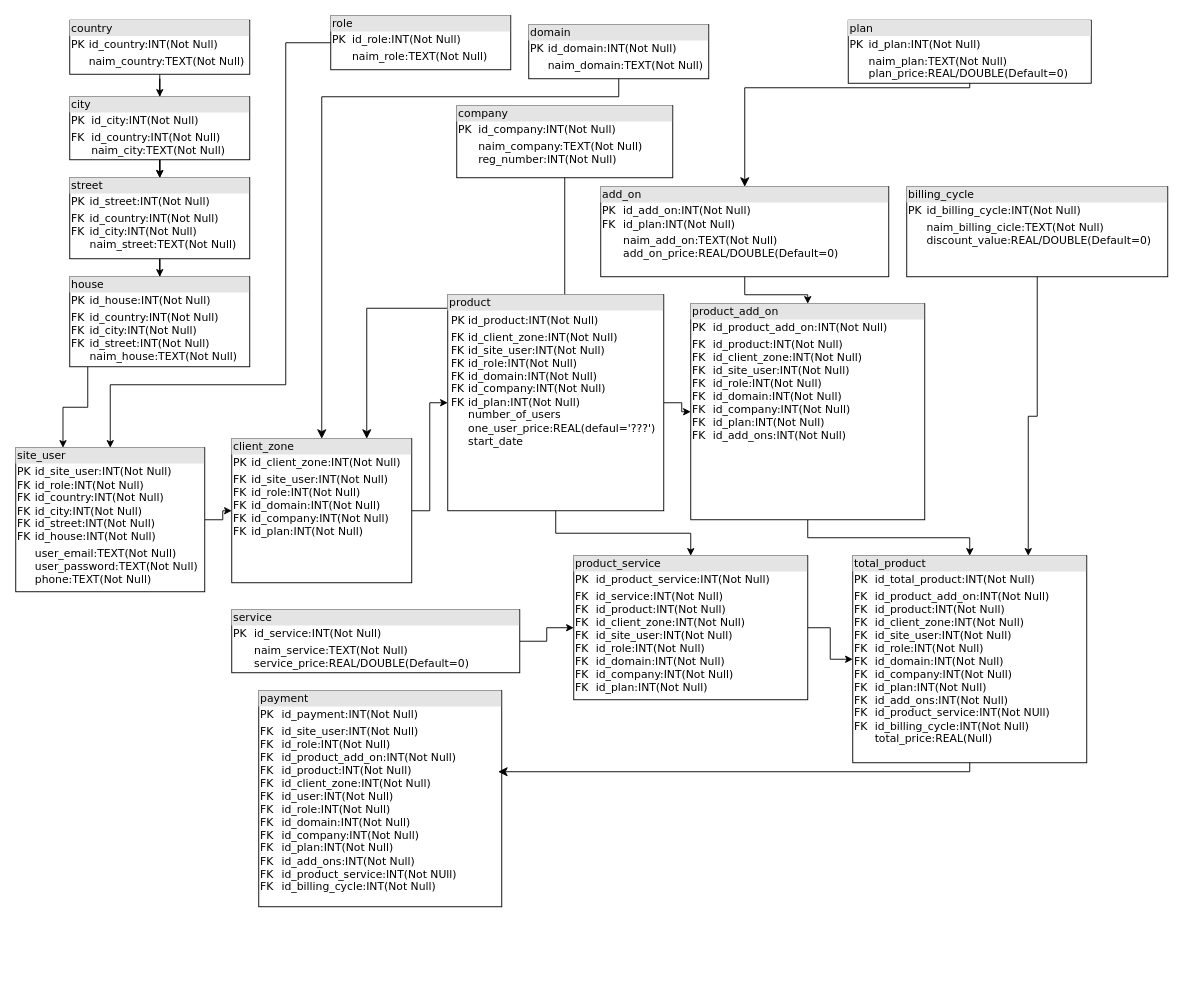
Before: payment_gateway/payment_gateway.drawio in Scykorr/inout_project, a draw.io diagram. Source tidied: cells renumbered, new cells numbered last; positions are measured from the earlier drawing's top-left corner, leaving out a move shared by most shapes. Both pictures are drawn from the tidied source at 90%, with x=0, y=0 at pixel (15, 15).
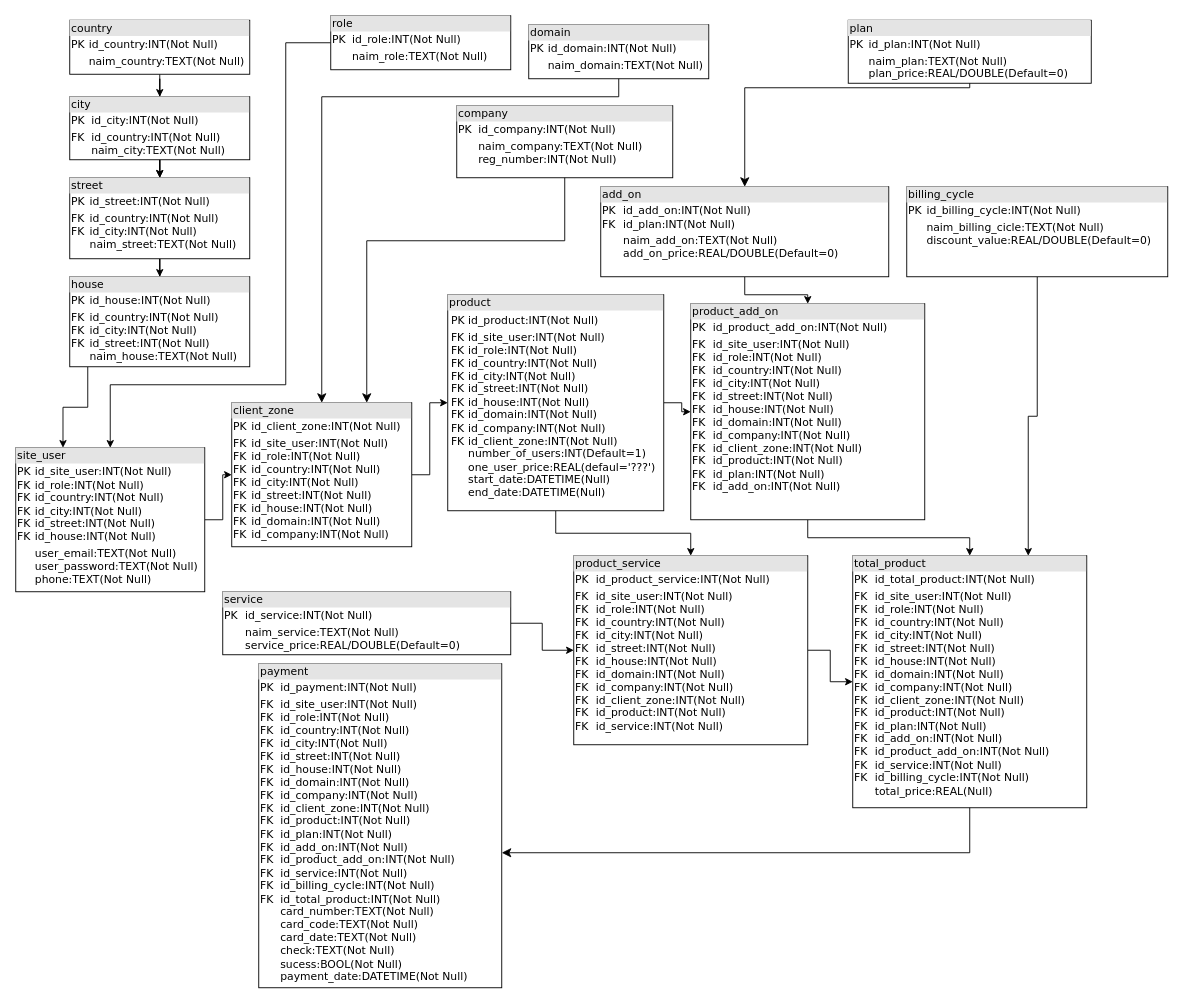
After the change.

Unchanged cells that the change refers to:
```xml
<mxCell id="11" value="&lt;div style=&quot;box-sizing: border-box ; width: 100% ; background: #e4e4e4 ; padding: 2px&quot;&gt;company&lt;/div&gt;&lt;table style=&quot;width: 100% ; font-size: 1em&quot; cellpadding=&quot;2&quot; cellspacing=&quot;0&quot;&gt;&lt;tbody&gt;&lt;tr&gt;&lt;td&gt;PK&lt;/td&gt;&lt;td&gt;id_company:INT(Not Null)&lt;/td&gt;&lt;/tr&gt;&lt;tr&gt;&lt;td&gt;&lt;br&gt;&lt;/td&gt;&lt;td&gt;naim_company:TEXT(Not Null)&lt;br&gt;reg_number:INT(Not Null)&lt;/td&gt;&lt;/tr&gt;&lt;tr&gt;&lt;td&gt;&lt;/td&gt;&lt;td&gt;&lt;/td&gt;&lt;/tr&gt;&lt;/tbody&gt;&lt;/table&gt;" style="verticalAlign=top;align=left;overflow=fill;html=1;rounded=0;shadow=0;comic=0;labelBackgroundColor=none;strokeWidth=1;fontFamily=Verdana;fontSize=12;" parent="1" vertex="1">
  <mxGeometry x="490" y="100" width="240" height="80" as="geometry" />
</mxCell>
```

What changed in the source:
```diff
@@
-    <mxCell id="2" value="&lt;div style=&quot;box-sizing: border-box ; width: 100% ; background: #e4e4e4 ; padding: 2px&quot;&gt;payment&lt;/div&gt;&lt;table style=&quot;width: 100% ; font-size: 1em&quot; cellpadding=&quot;2&quot; cellspacing=&quot;0&quot;&gt;&lt;tbody&gt;&lt;tr&gt;&lt;td&gt;PK&lt;/td&gt;&lt;td&gt;id_payment:INT(Not Null)&lt;/td&gt;&lt;/tr&gt;&lt;tr&gt;&lt;td&gt;FK&lt;br&gt;FK&lt;br&gt;FK&lt;br&gt;FK&lt;br&gt;FK&lt;br&gt;FK&lt;br&gt;FK&lt;br&gt;FK&lt;br&gt;FK&lt;br&gt;FK&lt;br&gt;FK&lt;br&gt;FK&lt;br&gt;FK&lt;/td&gt;&lt;td&gt;id_site_user:INT(Not Null)&lt;br&gt;id_role:INT(Not Null)&lt;br&gt;id_product_add_on:INT(Not Null)&lt;br&gt;id_product:INT(Not Null)&lt;br&gt;id_client_zone:INT(Not Null)&lt;br&gt;id_user:INT(Not Null)&lt;br&gt;id_role:INT(Not Null)&lt;br&gt;id_domain:INT(Not Null)&lt;br&gt;id_company:INT(Not Null)&lt;br&gt;id_plan:INT(Not Null)&lt;br&gt;id_add_ons:INT(Not Null)&lt;br&gt;id_product_service:INT(Not NUll)&lt;br&gt;id_billing_cycle:INT(Not Null)&lt;br&gt;&lt;/td&gt;&lt;/tr&gt;&lt;tr&gt;&lt;td&gt;&lt;/td&gt;&lt;td&gt;&lt;/td&gt;&lt;/tr&gt;&lt;/tbody&gt;&lt;/table&gt;" style="verticalAlign=top;align=left;overflow=fill;html=1;rounded=0;shadow=0;comic=0;labelBackgroundColor=none;strokeWidth=1;fontFamily=Verdana;fontSize=12;" parent="1" vertex="1">
-      <mxGeometry x="270" y="750" width="270" height="240" as="geometry" />
+    <mxCell id="2" value="&lt;div style=&quot;box-sizing: border-box ; width: 100% ; background: #e4e4e4 ; padding: 2px&quot;&gt;payment&lt;/div&gt;&lt;table style=&quot;width: 100% ; font-size: 1em&quot; cellpadding=&quot;2&quot; cellspacing=&quot;0&quot;&gt;&lt;tbody&gt;&lt;tr&gt;&lt;td&gt;PK&lt;/td&gt;&lt;td&gt;id_payment:INT(Not Null)&lt;/td&gt;&lt;/tr&gt;&lt;tr&gt;&lt;td&gt;FK&lt;br&gt;FK&lt;br&gt;FK&lt;br&gt;FK&lt;br&gt;FK&lt;br&gt;FK&lt;br&gt;FK&lt;br&gt;FK&lt;br&gt;FK&lt;br&gt;FK&lt;br&gt;FK&lt;br&gt;FK&lt;br&gt;FK&lt;br&gt;FK&lt;br&gt;FK&lt;br&gt;FK&lt;br&gt;&lt;br&gt;&lt;br&gt;&lt;br&gt;&lt;br&gt;&lt;br&gt;&lt;br&gt;&lt;/td&gt;&lt;td&gt;id_site_user:INT(Not Null)&lt;br&gt;id_role:INT(Not Null)&lt;br&gt;id_country:INT(Not Null)&lt;br&gt;id_city:INT(Not Null)&lt;br&gt;id_street:INT(Not Null)&lt;br&gt;id_house:INT(Not Null)&lt;br&gt;id_domain:INT(Not Null)&lt;br&gt;id_company:INT(Not Null)&lt;br&gt;id_client_zone:INT(Not Null)&lt;br&gt;id_product:INT(Not Null)&lt;br&gt;id_plan:INT(Not Null)&lt;br&gt;id_add_on:INT(Not Null)&lt;br&gt;id_product_add_on:INT(Not Null)&lt;br&gt;id_service:INT(Not Null)&lt;br&gt;id_billing_cycle:INT(Not Null)&lt;br&gt;id_total_product:INT(Not Null)&lt;br&gt;card_number:TEXT(Not Null)&lt;br&gt;card_code:TEXT(Not Null)&lt;br&gt;card_date:TEXT(Not Null)&lt;br&gt;check:TEXT(Not Null)&lt;br&gt;sucess:BOOL(Not Null)&lt;br&gt;payment_date:DATETIME(Not Null)&lt;/td&gt;&lt;/tr&gt;&lt;tr&gt;&lt;td&gt;&lt;/td&gt;&lt;td&gt;&lt;/td&gt;&lt;/tr&gt;&lt;/tbody&gt;&lt;/table&gt;" style="verticalAlign=top;align=left;overflow=fill;html=1;rounded=0;shadow=0;comic=0;labelBackgroundColor=none;strokeWidth=1;fontFamily=Verdana;fontSize=12;" parent="1" vertex="1">
+      <mxGeometry x="270" y="720" width="270" height="360" as="geometry" />
     </mxCell>
@@
-    <mxCell id="9" value="&lt;div style=&quot;box-sizing: border-box ; width: 100% ; background: #e4e4e4 ; padding: 2px&quot;&gt;client_zone&lt;/div&gt;&lt;table style=&quot;width: 100% ; font-size: 1em&quot; cellpadding=&quot;2&quot; cellspacing=&quot;0&quot;&gt;&lt;tbody&gt;&lt;tr&gt;&lt;td&gt;PK&lt;/td&gt;&lt;td&gt;id_client_zone:INT(Not Null)&lt;/td&gt;&lt;/tr&gt;&lt;tr&gt;&lt;td&gt;FK&lt;br&gt;FK&lt;br&gt;FK&lt;br&gt;FK&lt;br&gt;FK&lt;/td&gt;&lt;td&gt;id_site_user:INT(Not Null)&lt;br&gt;id_role:INT(Not Null)&lt;br&gt;id_domain:INT(Not Null)&lt;br&gt;id_company:INT(Not Null)&lt;br&gt;id_plan:INT(Not Null)&lt;/td&gt;&lt;/tr&gt;&lt;tr&gt;&lt;td&gt;&lt;/td&gt;&lt;td&gt;&lt;/td&gt;&lt;/tr&gt;&lt;/tbody&gt;&lt;/table&gt;" style="verticalAlign=top;align=left;overflow=fill;html=1;rounded=0;shadow=0;comic=0;labelBackgroundColor=none;strokeWidth=1;fontFamily=Verdana;fontSize=12;" parent="1" vertex="1">
-      <mxGeometry x="240" y="470" width="200" height="160" as="geometry" />
+    <mxCell id="9" value="&lt;div style=&quot;box-sizing: border-box ; width: 100% ; background: #e4e4e4 ; padding: 2px&quot;&gt;client_zone&lt;/div&gt;&lt;table style=&quot;width: 100% ; font-size: 1em&quot; cellpadding=&quot;2&quot; cellspacing=&quot;0&quot;&gt;&lt;tbody&gt;&lt;tr&gt;&lt;td&gt;PK&lt;/td&gt;&lt;td&gt;id_client_zone:INT(Not Null)&lt;/td&gt;&lt;/tr&gt;&lt;tr&gt;&lt;td&gt;FK&lt;br&gt;FK&lt;br&gt;FK&lt;br&gt;FK&lt;br&gt;FK&lt;br&gt;FK&lt;br&gt;FK&lt;br&gt;FK&lt;br&gt;&lt;/td&gt;&lt;td&gt;id_site_user:INT(Not Null)&lt;br&gt;id_role:INT(Not Null)&lt;br&gt;id_country:INT(Not Null)&lt;br&gt;id_city:INT(Not Null)&lt;br&gt;id_street:INT(Not Null)&lt;br&gt;id_house:INT(Not Null)&lt;br&gt;id_domain:INT(Not Null)&lt;br&gt;id_company:INT(Not Null)&lt;br&gt;&lt;/td&gt;&lt;/tr&gt;&lt;tr&gt;&lt;td&gt;&lt;/td&gt;&lt;td&gt;&lt;/td&gt;&lt;/tr&gt;&lt;/tbody&gt;&lt;/table&gt;" style="verticalAlign=top;align=left;overflow=fill;html=1;rounded=0;shadow=0;comic=0;labelBackgroundColor=none;strokeWidth=1;fontFamily=Verdana;fontSize=12;" parent="1" vertex="1">
+      <mxGeometry x="240" y="430" width="200" height="160" as="geometry" />
     </mxCell>
@@
     <mxCell id="12" style="edgeStyle=elbowEdgeStyle;elbow=vertical;endArrow=classic;html=1;curved=0;rounded=0;endSize=8;startSize=8;exitX=0.5;exitY=1;exitDx=0;exitDy=0;entryX=0.75;entryY=0;entryDx=0;entryDy=0;" parent="1" edge="1" source="11" target="9">
-      <mxGeometry relative="1" as="geometry" />
+      <mxGeometry relative="1" as="geometry">
+        <Array as="points">
+          <mxPoint x="500" y="250" />
+        </Array>
+      </mxGeometry>
     </mxCell>
@@
-    <mxCell id="18" value="&lt;div style=&quot;box-sizing: border-box ; width: 100% ; background: #e4e4e4 ; padding: 2px&quot;&gt;product_add_on&lt;/div&gt;&lt;table style=&quot;width: 100% ; font-size: 1em&quot; cellpadding=&quot;2&quot; cellspacing=&quot;0&quot;&gt;&lt;tbody&gt;&lt;tr&gt;&lt;td&gt;PK&lt;/td&gt;&lt;td&gt;id_product_add_on:INT(Not Null)&lt;/td&gt;&lt;/tr&gt;&lt;tr&gt;&lt;td&gt;FK&lt;br&gt;FK&lt;br&gt;FK&lt;br&gt;FK&lt;br&gt;FK&lt;br&gt;FK&lt;br&gt;FK&lt;br&gt;FK&lt;/td&gt;&lt;td&gt;id_product:INT(Not Null)&lt;br&gt;id_client_zone:INT(Not Null)&lt;br&gt;id_site_user:INT(Not Null)&lt;br&gt;id_role:INT(Not Null)&lt;br&gt;id_domain:INT(Not Null)&lt;br&gt;id_company:INT(Not Null)&lt;br&gt;id_plan:INT(Not Null)&lt;br&gt;id_add_ons:INT(Not Null)&lt;/td&gt;&lt;/tr&gt;&lt;tr&gt;&lt;td&gt;&lt;/td&gt;&lt;td&gt;&lt;/td&gt;&lt;/tr&gt;&lt;/tbody&gt;&lt;/table&gt;" style="verticalAlign=top;align=left;overflow=fill;html=1;rounded=0;shadow=0;comic=0;labelBackgroundColor=none;strokeWidth=1;fontFamily=Verdana;fontSize=12;" parent="1" vertex="1">
+    <mxCell id="18" value="&lt;div style=&quot;box-sizing: border-box ; width: 100% ; background: #e4e4e4 ; padding: 2px&quot;&gt;product_add_on&lt;/div&gt;&lt;table style=&quot;width: 100% ; font-size: 1em&quot; cellpadding=&quot;2&quot; cellspacing=&quot;0&quot;&gt;&lt;tbody&gt;&lt;tr&gt;&lt;td&gt;PK&lt;/td&gt;&lt;td&gt;id_product_add_on:INT(Not Null)&lt;/td&gt;&lt;/tr&gt;&lt;tr&gt;&lt;td&gt;FK&lt;br&gt;FK&lt;br&gt;FK&lt;br&gt;FK&lt;br&gt;FK&lt;br&gt;FK&lt;br&gt;FK&lt;br&gt;FK&lt;br&gt;FK&lt;br&gt;FK&lt;br&gt;FK&lt;br&gt;FK&lt;/td&gt;&lt;td&gt;id_site_user:INT(Not Null)&lt;br&gt;id_role:INT(Not Null)&lt;br&gt;id_country:INT(Not Null)&lt;br&gt;id_city:INT(Not Null)&lt;br&gt;id_street:INT(Not Null)&lt;br&gt;id_house:INT(Not Null)&lt;br&gt;id_domain:INT(Not Null)&lt;br&gt;id_company:INT(Not Null)&lt;br&gt;id_client_zone:INT(Not Null)&lt;br&gt;id_product:INT(Not Null)&lt;br&gt;id_plan:INT(Not Null)&lt;br&gt;id_add_on:INT(Not Null)&lt;br&gt;&lt;/td&gt;&lt;/tr&gt;&lt;tr&gt;&lt;td&gt;&lt;/td&gt;&lt;td&gt;&lt;/td&gt;&lt;/tr&gt;&lt;/tbody&gt;&lt;/table&gt;" style="verticalAlign=top;align=left;overflow=fill;html=1;rounded=0;shadow=0;comic=0;labelBackgroundColor=none;strokeWidth=1;fontFamily=Verdana;fontSize=12;" parent="1" vertex="1">
       <mxGeometry x="750" y="320" width="260" height="240" as="geometry" />
     </mxCell>
@@
-    <mxCell id="21" value="&lt;div style=&quot;box-sizing: border-box ; width: 100% ; background: #e4e4e4 ; padding: 2px&quot;&gt;product&lt;/div&gt;&lt;table style=&quot;width: 100% ; font-size: 1em&quot; cellpadding=&quot;2&quot; cellspacing=&quot;0&quot;&gt;&lt;tbody&gt;&lt;tr&gt;&lt;td&gt;&lt;table style=&quot;font-size: 1em; width: 180px;&quot; cellpadding=&quot;2&quot; cellspacing=&quot;0&quot;&gt;&lt;tbody&gt;&lt;tr&gt;&lt;td&gt;PK&lt;/td&gt;&lt;td&gt;id_product:INT(Not Null)&lt;/td&gt;&lt;/tr&gt;&lt;tr&gt;&lt;td&gt;FK&lt;br&gt;FK&lt;br&gt;FK&lt;br&gt;FK&lt;br&gt;FK&lt;br&gt;FK&lt;br&gt;&lt;br&gt;&lt;br&gt;&lt;br&gt;&lt;/td&gt;&lt;td&gt;id_client_zone:INT(Not Null)&lt;br&gt;id_site_user:INT(Not Null)&lt;br&gt;id_role:INT(Not Null)&lt;br&gt;id_domain:INT(Not Null)&lt;br&gt;id_company:INT(Not Null)&lt;br&gt;id_plan:INT(Not Null)&lt;br&gt;number_of_users&lt;br&gt;one_user_price:REAL(defaul='???')&lt;br&gt;start_date&lt;/td&gt;&lt;/tr&gt;&lt;/tbody&gt;&lt;/table&gt;&lt;/td&gt;&lt;td&gt;&lt;br&gt;&lt;/td&gt;&lt;/tr&gt;&lt;tr&gt;&lt;td&gt;&lt;/td&gt;&lt;td&gt;&lt;/td&gt;&lt;/tr&gt;&lt;/tbody&gt;&lt;/table&gt;" style="verticalAlign=top;align=left;overflow=fill;html=1;rounded=0;shadow=0;comic=0;labelBackgroundColor=none;strokeWidth=1;fontFamily=Verdana;fontSize=12;" parent="1" vertex="1">
+    <mxCell id="21" value="&lt;div style=&quot;box-sizing: border-box ; width: 100% ; background: #e4e4e4 ; padding: 2px&quot;&gt;product&lt;/div&gt;&lt;table style=&quot;width: 100% ; font-size: 1em&quot; cellpadding=&quot;2&quot; cellspacing=&quot;0&quot;&gt;&lt;tbody&gt;&lt;tr&gt;&lt;td&gt;&lt;table style=&quot;font-size: 1em; width: 180px;&quot; cellpadding=&quot;2&quot; cellspacing=&quot;0&quot;&gt;&lt;tbody&gt;&lt;tr&gt;&lt;td&gt;PK&lt;/td&gt;&lt;td&gt;id_product:INT(Not Null)&lt;/td&gt;&lt;/tr&gt;&lt;tr&gt;&lt;td&gt;FK&lt;br&gt;FK&lt;br&gt;FK&lt;br&gt;FK&lt;br&gt;FK&lt;br&gt;FK&lt;br&gt;FK&lt;br&gt;FK&lt;br&gt;FK&lt;br&gt;&lt;br&gt;&lt;br&gt;&lt;br&gt;&lt;br&gt;&lt;/td&gt;&lt;td&gt;id_site_user:INT(Not Null)&lt;br&gt;id_role:INT(Not Null)&lt;br&gt;id_country:INT(Not Null)&lt;br&gt;id_city:INT(Not Null)&lt;br&gt;id_street:INT(Not Null)&lt;br&gt;id_house:INT(Not Null)&lt;br&gt;id_domain:INT(Not Null)&lt;br&gt;id_company:INT(Not Null)&lt;br&gt;id_client_zone:INT(Not Null)&lt;br&gt;number_of_users:INT(Default=1)&lt;br&gt;one_user_price:REAL(defaul='???')&lt;br&gt;start_date:DATETIME(Null)&lt;br&gt;end_date:DATETIME(Null)&lt;/td&gt;&lt;/tr&gt;&lt;/tbody&gt;&lt;/table&gt;&lt;/td&gt;&lt;td&gt;&lt;br&gt;&lt;/td&gt;&lt;/tr&gt;&lt;tr&gt;&lt;td&gt;&lt;/td&gt;&lt;td&gt;&lt;/td&gt;&lt;/tr&gt;&lt;/tbody&gt;&lt;/table&gt;" style="verticalAlign=top;align=left;overflow=fill;html=1;rounded=0;shadow=0;comic=0;labelBackgroundColor=none;strokeWidth=1;fontFamily=Verdana;fontSize=12;" parent="1" vertex="1">
       <mxGeometry x="480" y="310" width="240" height="240" as="geometry" />
     </mxCell>
@@
-    <mxCell id="23" value="&lt;div style=&quot;box-sizing: border-box ; width: 100% ; background: #e4e4e4 ; padding: 2px&quot;&gt;product_service&lt;/div&gt;&lt;table style=&quot;width: 100% ; font-size: 1em&quot; cellpadding=&quot;2&quot; cellspacing=&quot;0&quot;&gt;&lt;tbody&gt;&lt;tr&gt;&lt;td&gt;PK&lt;/td&gt;&lt;td&gt;id_product_service:INT(Not Null)&lt;/td&gt;&lt;/tr&gt;&lt;tr&gt;&lt;td&gt;FK&lt;br&gt;FK&lt;br&gt;FK&lt;br&gt;FK&lt;br&gt;FK&lt;br&gt;FK&lt;br&gt;FK&lt;br&gt;FK&lt;br&gt;&lt;/td&gt;&lt;td&gt;id_service:INT(Not Null)&lt;br&gt;id_product:INT(Not Null)&lt;br&gt;id_client_zone:INT(Not Null)&lt;br&gt;id_site_user:INT(Not Null)&lt;br&gt;id_role:INT(Not Null)&lt;br&gt;id_domain:INT(Not Null)&lt;br&gt;id_company:INT(Not Null)&lt;br&gt;id_plan:INT(Not Null)&lt;br&gt;&lt;/td&gt;&lt;/tr&gt;&lt;tr&gt;&lt;td&gt;&lt;/td&gt;&lt;td&gt;&lt;/td&gt;&lt;/tr&gt;&lt;/tbody&gt;&lt;/table&gt;" style="verticalAlign=top;align=left;overflow=fill;html=1;rounded=0;shadow=0;comic=0;labelBackgroundColor=none;strokeWidth=1;fontFamily=Verdana;fontSize=12;" parent="1" vertex="1">
-      <mxGeometry x="620" y="600" width="260" height="160" as="geometry" />
+    <mxCell id="23" value="&lt;div style=&quot;box-sizing: border-box ; width: 100% ; background: #e4e4e4 ; padding: 2px&quot;&gt;product_service&lt;/div&gt;&lt;table style=&quot;width: 100% ; font-size: 1em&quot; cellpadding=&quot;2&quot; cellspacing=&quot;0&quot;&gt;&lt;tbody&gt;&lt;tr&gt;&lt;td&gt;PK&lt;/td&gt;&lt;td&gt;id_product_service:INT(Not Null)&lt;/td&gt;&lt;/tr&gt;&lt;tr&gt;&lt;td&gt;FK&lt;br&gt;FK&lt;br&gt;FK&lt;br&gt;FK&lt;br&gt;FK&lt;br&gt;FK&lt;br&gt;FK&lt;br&gt;FK&lt;br&gt;FK&lt;br&gt;FK&lt;br&gt;FK&lt;/td&gt;&lt;td&gt;id_site_user:INT(Not Null)&lt;br&gt;id_role:INT(Not Null)&lt;br&gt;id_country:INT(Not Null)&lt;br&gt;id_city:INT(Not Null)&lt;br&gt;id_street:INT(Not Null)&lt;br&gt;id_house:INT(Not Null)&lt;br&gt;id_domain:INT(Not Null)&lt;br&gt;id_company:INT(Not Null)&lt;br&gt;id_client_zone:INT(Not Null)&lt;br&gt;id_product:INT(Not Null)&lt;br&gt;id_service:INT(Not Null)&lt;/td&gt;&lt;/tr&gt;&lt;tr&gt;&lt;td&gt;&lt;/td&gt;&lt;td&gt;&lt;/td&gt;&lt;/tr&gt;&lt;/tbody&gt;&lt;/table&gt;" style="verticalAlign=top;align=left;overflow=fill;html=1;rounded=0;shadow=0;comic=0;labelBackgroundColor=none;strokeWidth=1;fontFamily=Verdana;fontSize=12;" parent="1" vertex="1">
+      <mxGeometry x="620" y="600" width="260" height="210" as="geometry" />
     </mxCell>
@@
     <mxCell id="25" value="&lt;div style=&quot;box-sizing: border-box ; width: 100% ; background: #e4e4e4 ; padding: 2px&quot;&gt;service&lt;/div&gt;&lt;table style=&quot;width: 100% ; font-size: 1em&quot; cellpadding=&quot;2&quot; cellspacing=&quot;0&quot;&gt;&lt;tbody&gt;&lt;tr&gt;&lt;td&gt;PK&lt;br&gt;&lt;/td&gt;&lt;td&gt;id_service:INT(Not Null)&lt;br&gt;&lt;/td&gt;&lt;/tr&gt;&lt;tr&gt;&lt;td&gt;&lt;br&gt;&lt;/td&gt;&lt;td&gt;naim_service:TEXT(Not Null)&lt;br&gt;service_price:REAL/DOUBLE(Default=0)&lt;br&gt;&lt;/td&gt;&lt;/tr&gt;&lt;/tbody&gt;&lt;/table&gt;" style="verticalAlign=top;align=left;overflow=fill;html=1;rounded=0;shadow=0;comic=0;labelBackgroundColor=none;strokeWidth=1;fontFamily=Verdana;fontSize=12;" parent="1" vertex="1">
-      <mxGeometry x="240" y="660" width="320" height="70" as="geometry" />
+      <mxGeometry x="230" y="640" width="320" height="70" as="geometry" />
     </mxCell>
-    <mxCell id="26" value="&lt;div style=&quot;box-sizing: border-box ; width: 100% ; background: #e4e4e4 ; padding: 2px&quot;&gt;total_product&lt;/div&gt;&lt;table style=&quot;width: 100% ; font-size: 1em&quot; cellpadding=&quot;2&quot; cellspacing=&quot;0&quot;&gt;&lt;tbody&gt;&lt;tr&gt;&lt;td&gt;PK&lt;/td&gt;&lt;td&gt;id_total_product:INT(Not Null)&lt;/td&gt;&lt;/tr&gt;&lt;tr&gt;&lt;td&gt;FK&lt;br&gt;FK&lt;br&gt;FK&lt;br&gt;FK&lt;br&gt;FK&lt;br&gt;FK&lt;br&gt;FK&lt;br&gt;FK&lt;br&gt;FK&lt;br&gt;FK&lt;br&gt;FK&lt;br&gt;&lt;br&gt;&lt;/td&gt;&lt;td&gt;id_product_add_on:INT(Not Null)&lt;br&gt;id_product:INT(Not Null)&lt;br&gt;id_client_zone:INT(Not Null)&lt;br&gt;id_site_user:INT(Not Null)&lt;br&gt;id_role:INT(Not Null)&lt;br&gt;id_domain:INT(Not Null)&lt;br&gt;id_company:INT(Not Null)&lt;br&gt;id_plan:INT(Not Null)&lt;br&gt;id_add_ons:INT(Not Null)&lt;br&gt;id_product_service:INT(Not NUll)&lt;br&gt;id_billing_cycle:INT(Not Null)&lt;br&gt;total_price:REAL(Null)&lt;/td&gt;&lt;/tr&gt;&lt;tr&gt;&lt;td&gt;&lt;/td&gt;&lt;td&gt;&lt;/td&gt;&lt;/tr&gt;&lt;/tbody&gt;&lt;/table&gt;" style="verticalAlign=top;align=left;overflow=fill;html=1;rounded=0;shadow=0;comic=0;labelBackgroundColor=none;strokeWidth=1;fontFamily=Verdana;fontSize=12;" parent="1" vertex="1">
-      <mxGeometry x="930" y="600" width="260" height="230" as="geometry" />
+    <mxCell id="26" value="&lt;div style=&quot;box-sizing: border-box ; width: 100% ; background: #e4e4e4 ; padding: 2px&quot;&gt;total_product&lt;/div&gt;&lt;table style=&quot;width: 100% ; font-size: 1em&quot; cellpadding=&quot;2&quot; cellspacing=&quot;0&quot;&gt;&lt;tbody&gt;&lt;tr&gt;&lt;td&gt;PK&lt;/td&gt;&lt;td&gt;id_total_product:INT(Not Null)&lt;/td&gt;&lt;/tr&gt;&lt;tr&gt;&lt;td&gt;FK&lt;br&gt;FK&lt;br&gt;FK&lt;br&gt;FK&lt;br&gt;FK&lt;br&gt;FK&lt;br&gt;FK&lt;br&gt;FK&lt;br&gt;FK&lt;br&gt;FK&lt;br&gt;FK&lt;br&gt;FK&lt;br&gt;FK&lt;br&gt;FK&lt;br&gt;FK&lt;br&gt;&lt;br&gt;&lt;/td&gt;&lt;td&gt;id_site_user:INT(Not Null)&lt;br&gt;id_role:INT(Not Null)&lt;br&gt;id_country:INT(Not Null)&lt;br&gt;id_city:INT(Not Null)&lt;br&gt;id_street:INT(Not Null)&lt;br&gt;id_house:INT(Not Null)&lt;br&gt;id_domain:INT(Not Null)&lt;br&gt;id_company:INT(Not Null)&lt;br&gt;id_client_zone:INT(Not Null)&lt;br&gt;id_product:INT(Not Null)&lt;br&gt;id_plan:INT(Not Null)&lt;br&gt;id_add_on:INT(Not Null)&lt;br&gt;id_product_add_on:INT(Not Null)&lt;br&gt;id_service:INT(Not Null)&lt;br&gt;id_billing_cycle:INT(Not Null)&lt;br&gt;total_price:REAL(Null)&lt;/td&gt;&lt;/tr&gt;&lt;tr&gt;&lt;td&gt;&lt;/td&gt;&lt;td&gt;&lt;/td&gt;&lt;/tr&gt;&lt;/tbody&gt;&lt;/table&gt;" style="verticalAlign=top;align=left;overflow=fill;html=1;rounded=0;shadow=0;comic=0;labelBackgroundColor=none;strokeWidth=1;fontFamily=Verdana;fontSize=12;" parent="1" vertex="1">
+      <mxGeometry x="930" y="600" width="260" height="280" as="geometry" />
     </mxCell>
-    <mxCell id="27" style="edgeStyle=segmentEdgeStyle;endArrow=classic;html=1;curved=0;rounded=0;endSize=8;startSize=8;exitX=0.5;exitY=1;exitDx=0;exitDy=0;entryX=0.985;entryY=0.375;entryDx=0;entryDy=0;entryPerimeter=0;" parent="1" edge="1" source="26" target="2">
+    <mxCell id="27" style="edgeStyle=segmentEdgeStyle;endArrow=classic;html=1;curved=0;rounded=0;endSize=8;startSize=8;exitX=0.5;exitY=1;exitDx=0;exitDy=0;" parent="1" edge="1" source="26">
       <mxGeometry relative="1" as="geometry">
+        <mxPoint x="540" y="930" as="targetPoint" />
         <Array as="points">
-          <mxPoint x="1060" y="840" />
+          <mxPoint x="1060" y="930" />
         </Array>
       </mxGeometry>
     </mxCell>
```
